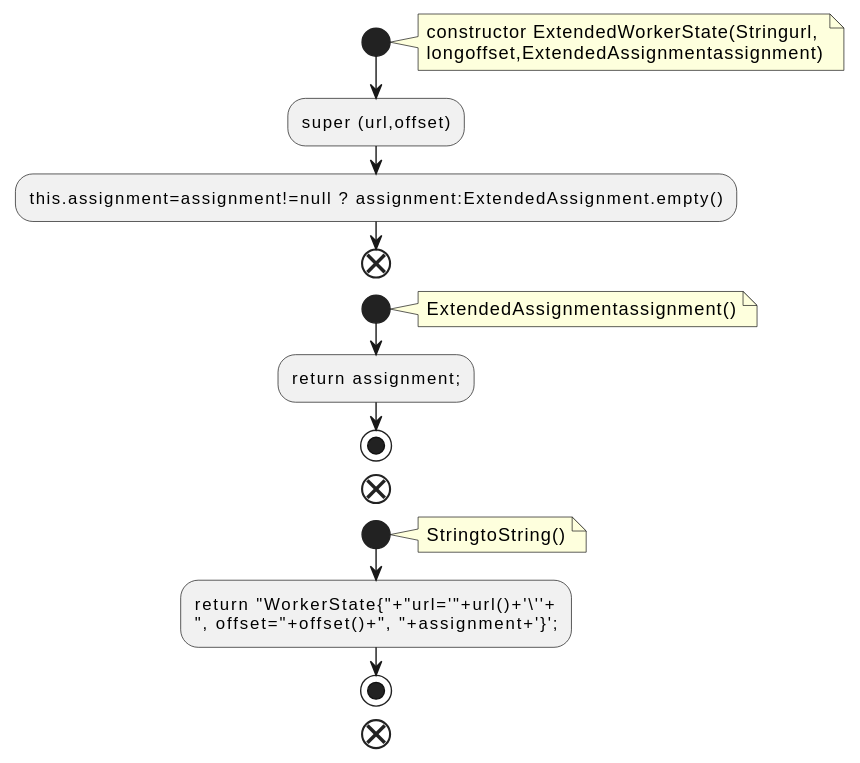
This is docs/qc/connect/runtime/src/main/java/org/apache/kafka/connect/runtime/distributed/ExtendedWorkerState.java.fct.svg from qualitesys/kafka, a PlantUML export, as it was before one commit.
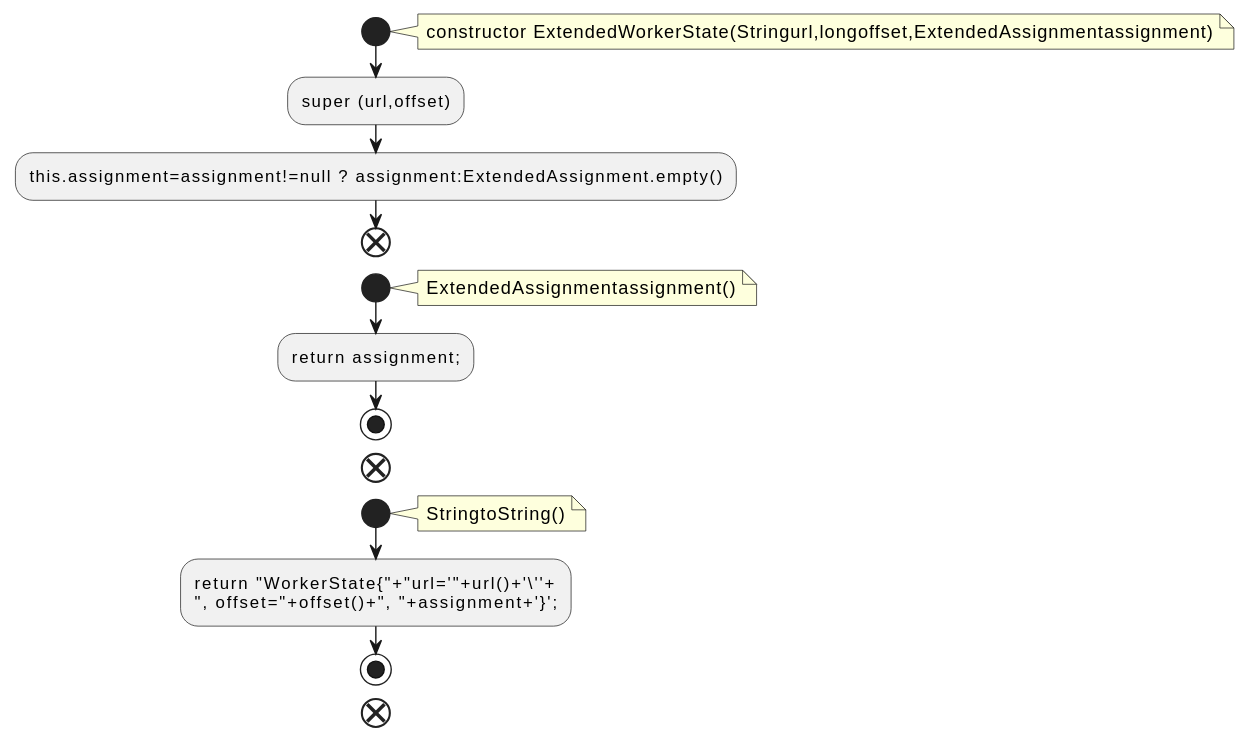
The same file after the commit.

Change to the diagram source:
```diff
@@ -2,8 +2,7 @@
 !pragma layout smetana
 start
 note right
-constructor ExtendedWorkerState(Stringurl,
-longoffset,ExtendedAssignmentassignment)
+constructor ExtendedWorkerState(Stringurl,longoffset,ExtendedAssignmentassignment)
 end note
 :super (url,offset);
 :this.assignment=assignment!=null ? assignment:ExtendedAssignment.empty();
```
